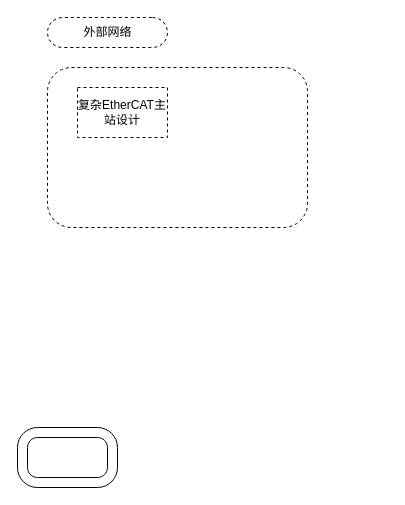
This is 未命名绘图.drawio from mj-allk/mjalk, a draw.io file, before an edit. Source tidied: cells renumbered, new cells numbered last; positions are measured from the earlier drawing's top-left corner, leaving out a move shared by most shapes. Both pictures are drawn from the tidied source at 100%, with x=0, y=0 at pixel (17, 17).
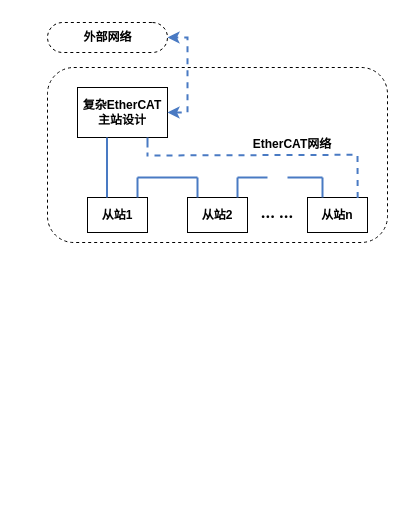
The same page after the edit.

Commit message:
更新未命名绘图.drawio

Diff of the diagram source:
```diff
@@
     <mxCell id="2" style="rounded=1;whiteSpace=wrap;html=1;dashed=1;" parent="1" vertex="1">
-      <mxGeometry x="30" y="50" width="260" height="160" as="geometry" />
+      <mxGeometry x="30" y="50" width="340" height="175" as="geometry" />
     </mxCell>
-    <mxCell id="3" style="verticalLabelPosition=bottom;verticalAlign=top;html=1;shape=mxgraph.basic.rounded_frame;dx=10;whiteSpace=wrap;" parent="1" vertex="1">
-      <mxGeometry y="410" width="100" height="60" as="geometry" />
-    </mxCell>
-    <mxCell id="4" value="外部网络" style="html=1;dashed=1;whitespace=wrap;shape=mxgraph.dfd.start;" parent="1" vertex="1">
-      <mxGeometry x="30" width="120" height="30" as="geometry" />
+    <mxCell id="4" value="&lt;b&gt;外部网络&lt;/b&gt;" style="html=1;dashed=1;whitespace=wrap;shape=mxgraph.dfd.start;" parent="1" vertex="1">
+      <mxGeometry x="30" y="5" width="120" height="30" as="geometry" />
     </mxCell>
-    <mxCell id="5" value="复杂EtherCAT主站设计" style="rounded=0;whiteSpace=wrap;html=1;dashed=1;" parent="1" vertex="1">
+    <mxCell id="5" value="&lt;b&gt;复杂EtherCAT主站设计&lt;/b&gt;" style="rounded=0;whiteSpace=wrap;html=1;" parent="1" vertex="1">
       <mxGeometry x="60" y="70" width="90" height="50" as="geometry" />
     </mxCell>
+    <mxCell id="6" value="&lt;b&gt;从站1&lt;/b&gt;" style="rounded=0;whiteSpace=wrap;html=1;" parent="1" vertex="1">
+      <mxGeometry x="70" y="180" width="60" height="35" as="geometry" />
+    </mxCell>
+    <mxCell id="7" value="&lt;b&gt;从站2&lt;/b&gt;" style="rounded=0;whiteSpace=wrap;html=1;" parent="1" vertex="1">
+      <mxGeometry x="170" y="180" width="60" height="35" as="geometry" />
+    </mxCell>
+    <mxCell id="8" value="&lt;b&gt;从站n&lt;/b&gt;" style="rounded=0;whiteSpace=wrap;html=1;" parent="1" vertex="1">
+      <mxGeometry x="290" y="180" width="60" height="35" as="geometry" />
+    </mxCell>
+    <mxCell id="9" style="endArrow=none;html=1;rounded=0;fillColor=#dae8fc;strokeColor=#497ac3;strokeWidth=2;jumpSize=6;" parent="1" edge="1">
+      <mxGeometry relative="1" as="geometry">
+        <mxPoint x="89.5" y="180" as="sourcePoint" />
+        <mxPoint x="89.5" y="120" as="targetPoint" />
+        <Array as="points">
+          <mxPoint x="89.5" y="150" />
+        </Array>
+      </mxGeometry>
+    </mxCell>
+    <mxCell id="10" style="endArrow=none;html=1;rounded=0;fillColor=#dae8fc;strokeColor=#497ac3;strokeWidth=2;jumpSize=6;" parent="1" edge="1">
+      <mxGeometry relative="1" as="geometry">
+        <mxPoint x="180" y="160" as="sourcePoint" />
+        <mxPoint x="120" y="160" as="targetPoint" />
+        <Array as="points">
+          <mxPoint x="139" y="160" />
+        </Array>
+      </mxGeometry>
+    </mxCell>
+    <mxCell id="11" style="endArrow=none;html=1;rounded=0;fillColor=#dae8fc;strokeColor=#497ac3;strokeWidth=2;jumpSize=6;endSize=6;" parent="1" edge="1">
+      <mxGeometry relative="1" as="geometry">
+        <mxPoint x="120" y="180" as="sourcePoint" />
+        <mxPoint x="120" y="160" as="targetPoint" />
+      </mxGeometry>
+    </mxCell>
+    <mxCell id="12" style="endArrow=none;html=1;rounded=0;fillColor=#dae8fc;strokeColor=#497ac3;strokeWidth=2;jumpSize=6;" parent="1" edge="1">
+      <mxGeometry relative="1" as="geometry">
+        <mxPoint x="180" y="180" as="sourcePoint" />
+        <mxPoint x="180.5" y="160" as="targetPoint" />
+        <Array as="points">
+          <mxPoint x="180" y="160" />
+        </Array>
+      </mxGeometry>
+    </mxCell>
+    <mxCell id="13" style="endArrow=none;html=1;rounded=0;fillColor=#dae8fc;strokeColor=#497ac3;strokeWidth=2;jumpSize=6;" parent="1" edge="1">
+      <mxGeometry relative="1" as="geometry">
+        <mxPoint x="250" y="160" as="sourcePoint" />
+        <mxPoint x="220" y="160" as="targetPoint" />
+        <Array as="points">
+          <mxPoint x="239" y="160" />
+        </Array>
+      </mxGeometry>
+    </mxCell>
+    <mxCell id="14" style="endArrow=none;html=1;rounded=0;fillColor=#dae8fc;strokeColor=#497ac3;strokeWidth=2;jumpSize=6;endSize=6;" parent="1" edge="1">
+      <mxGeometry relative="1" as="geometry">
+        <mxPoint x="220" y="180" as="sourcePoint" />
+        <mxPoint x="220" y="160" as="targetPoint" />
+      </mxGeometry>
+    </mxCell>
+    <mxCell id="15" style="endArrow=none;html=1;rounded=0;fillColor=#dae8fc;strokeColor=#497ac3;strokeWidth=2;jumpSize=6;" parent="1" edge="1">
+      <mxGeometry relative="1" as="geometry">
+        <mxPoint x="305" y="180" as="sourcePoint" />
+        <mxPoint x="305.5" y="160" as="targetPoint" />
+        <Array as="points">
+          <mxPoint x="305" y="160" />
+        </Array>
+      </mxGeometry>
+    </mxCell>
+    <mxCell id="16" style="endArrow=none;html=1;rounded=0;fillColor=#dae8fc;strokeColor=#497ac3;strokeWidth=2;jumpSize=6;" parent="1" edge="1">
+      <mxGeometry relative="1" as="geometry">
+        <mxPoint x="305" y="160" as="sourcePoint" />
+        <mxPoint x="270" y="160" as="targetPoint" />
+        <Array as="points">
+          <mxPoint x="289" y="160" />
+        </Array>
+      </mxGeometry>
+    </mxCell>
+    <mxCell id="17" style="endArrow=none;html=1;rounded=0;fillColor=#dae8fc;strokeColor=#497ac3;strokeWidth=2;jumpSize=6;dashed=1;" parent="1" edge="1">
+      <mxGeometry relative="1" as="geometry">
+        <mxPoint x="335" y="137.3" as="sourcePoint" />
+        <mxPoint x="130" y="135" as="targetPoint" />
+        <Array as="points">
+          <mxPoint x="130" y="138" />
+        </Array>
+      </mxGeometry>
+    </mxCell>
+    <mxCell id="18" style="endArrow=none;html=1;rounded=0;fillColor=#dae8fc;strokeColor=#497ac3;strokeWidth=2;jumpSize=6;endSize=6;" parent="1" edge="1">
+      <mxGeometry relative="1" as="geometry">
+        <mxPoint x="130" y="130" as="sourcePoint" />
+        <mxPoint x="130" y="120" as="targetPoint" />
+      </mxGeometry>
+    </mxCell>
+    <mxCell id="19" style="endArrow=none;html=1;rounded=0;fillColor=#dae8fc;strokeColor=#497ac3;strokeWidth=2;jumpSize=6;endSize=6;dashed=1;exitX=0.836;exitY=0.017;exitDx=0;exitDy=0;exitPerimeter=0;" parent="1" edge="1" source="8">
+      <mxGeometry relative="1" as="geometry">
+        <mxPoint x="340" y="135" as="targetPoint" />
+      </mxGeometry>
+    </mxCell>
+    <mxCell id="20" value="&lt;font size=&quot;1&quot; style=&quot;&quot;&gt;&lt;b style=&quot;font-size: 16px;&quot;&gt;... ...&lt;/b&gt;&lt;/font&gt;" style="text;html=1;strokeColor=none;fillColor=none;align=center;verticalAlign=middle;whiteSpace=wrap;rounded=0;strokeWidth=2;fontFamily=Georgia;" parent="1" vertex="1">
+      <mxGeometry x="235" y="180" width="50" height="30" as="geometry" />
+    </mxCell>
+    <mxCell id="21" style="endArrow=classic;startArrow=classic;html=1;rounded=0;dashed=1;strokeColor=#497ac3;strokeWidth=2;fontFamily=Georgia;fontSize=16;endSize=6;jumpSize=6;entryX=1;entryY=0.5;entryDx=0;entryDy=0;entryPerimeter=0;exitX=1;exitY=0.5;exitDx=0;exitDy=0;" parent="1" edge="1" source="5" target="4">
+      <mxGeometry relative="1" as="geometry">
+        <Array as="points">
+          <mxPoint x="170" y="95" />
+          <mxPoint x="170" y="20" />
+        </Array>
+      </mxGeometry>
+    </mxCell>
+    <mxCell id="22" value="&lt;font style=&quot;font-size: 12px;&quot; face=&quot;Helvetica&quot;&gt;EtherCAT网络&lt;/font&gt;" style="text;html=1;strokeColor=none;fillColor=none;align=center;verticalAlign=middle;whiteSpace=wrap;rounded=0;fontSize=16;fontFamily=Georgia;fontStyle=1;" parent="1" vertex="1">
+      <mxGeometry x="210" y="110" width="130" height="30" as="geometry" />
+    </mxCell>
```
